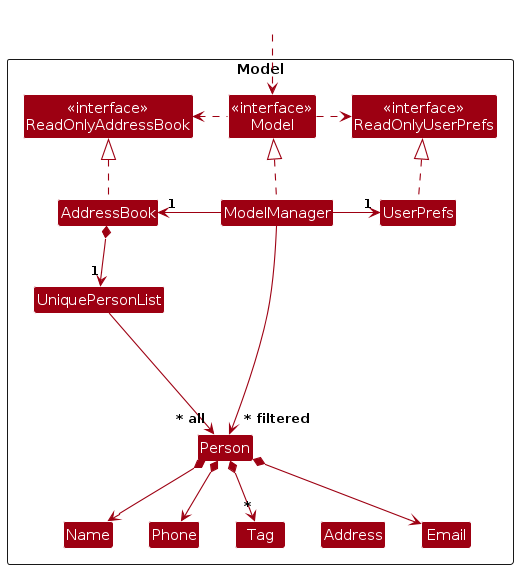
Before: diagrams/ModelClassDiagram.png, a diagram exported from PlantUML (AY2526S1-CS2103T-T11-3/tp). Its source is kept beside it as diagrams/ModelClassDiagram.puml. Its diagram source:
```plantuml
@startuml
!include style.puml
skinparam arrowThickness 1.1
skinparam arrowColor MODEL_COLOR
skinparam classBackgroundColor MODEL_COLOR

Package Model as ModelPackage <<Rectangle>>{
Class "<<interface>>\nReadOnlyAddressBook" as ReadOnlyAddressBook
Class "<<interface>>\nReadOnlyUserPrefs" as ReadOnlyUserPrefs
Class "<<interface>>\nModel" as Model
Class AddressBook
Class ModelManager
Class UserPrefs

Class UniquePersonList
Class Person
Class Address
Class Email
Class Name
Class Phone
Class Tag

Class I #FFFFFF
}

Class HiddenOutside #FFFFFF
HiddenOutside ..> Model

AddressBook .up.|> ReadOnlyAddressBook

ModelManager .up.|> Model
Model .right.> ReadOnlyUserPrefs
Model .left.> ReadOnlyAddressBook
ModelManager -left-> "1" AddressBook
ModelManager -right-> "1" UserPrefs
UserPrefs .up.|> ReadOnlyUserPrefs

AddressBook *--> "1" UniquePersonList
UniquePersonList --> "~* all" Person
Person *--> Name
Person *--> Phone
Person *--> Email
Person *--> "*" Tag

Person -[hidden]up--> I
UniquePersonList -[hidden]right-> I

Name -[hidden]right-> Phone
Phone -[hidden]right-> Address
Address -[hidden]right-> Email

ModelManager --> "~* filtered" Person
@enduml
```
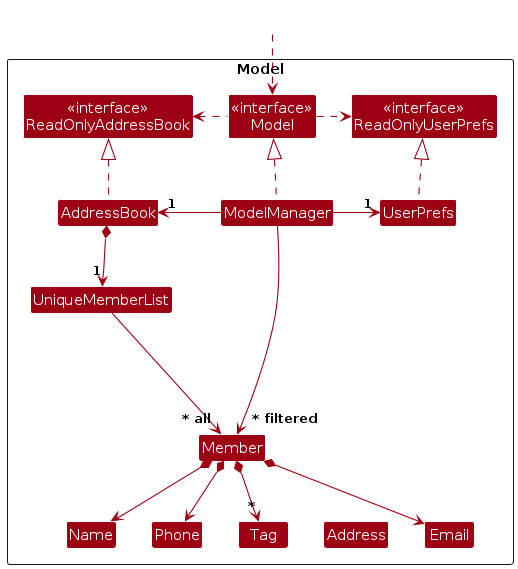
Above is the later version.

Change to the diagram source:
```diff
@@ -12,8 +12,8 @@
 Class ModelManager
 Class UserPrefs
 
-Class UniquePersonList
-Class Person
+Class UniqueMemberList
+Class Member
 Class Address
 Class Email
 Class Name
@@ -35,19 +35,19 @@
 ModelManager -right-> "1" UserPrefs
 UserPrefs .up.|> ReadOnlyUserPrefs
 
-AddressBook *--> "1" UniquePersonList
-UniquePersonList --> "~* all" Person
-Person *--> Name
-Person *--> Phone
-Person *--> Email
-Person *--> "*" Tag
+AddressBook *--> "1" UniqueMemberList
+UniqueMemberList --> "~* all" Member
+Member *--> Name
+Member *--> Phone
+Member *--> Email
+Member *--> "*" Tag
 
-Person -[hidden]up--> I
-UniquePersonList -[hidden]right-> I
+Member -[hidden]up--> I
+UniqueMemberList -[hidden]right-> I
 
 Name -[hidden]right-> Phone
 Phone -[hidden]right-> Address
 Address -[hidden]right-> Email
 
-ModelManager --> "~* filtered" Person
+ModelManager --> "~* filtered" Member
 @enduml
```
